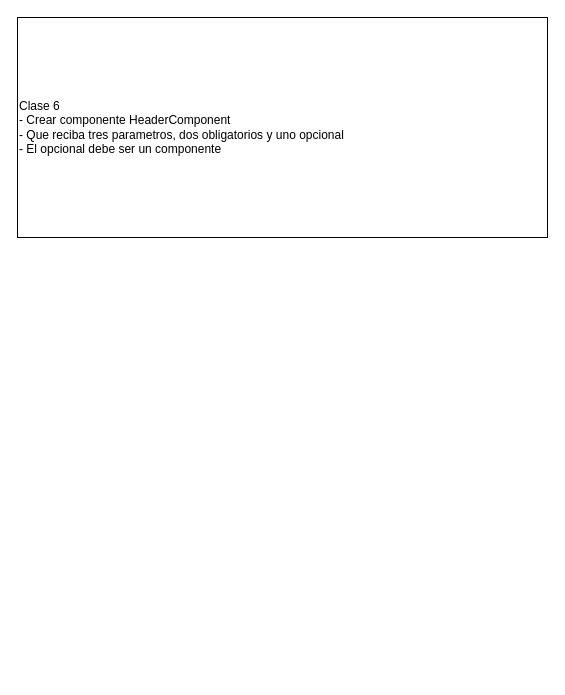
This is architecture/architecture.drawio from DanielOrtiz179499/armoniaspa, a draw.io file, before an edit. Source tidied: cells renumbered, new cells numbered last; positions are measured from the earlier drawing's top-left corner, leaving out a move shared by most shapes. Both pictures are drawn from the tidied source at 100%, with x=0, y=0 at pixel (17, 17).
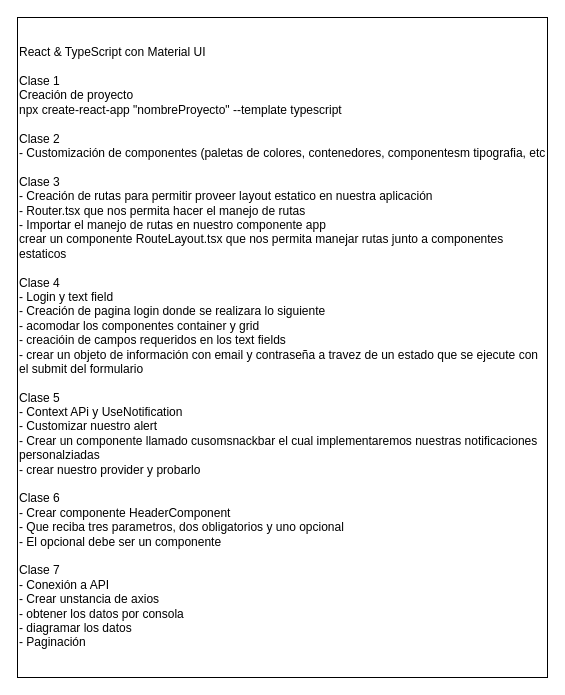
Above is the later version.

Change to the diagram source:
```diff
@@
 <mxGraphModel>
   <root>
     <mxCell id="0" />
     <mxCell id="1" parent="0" />
-    <mxCell id="2" value="Clase 6&lt;br&gt;- Crear componente HeaderComponent&lt;br&gt;- Que reciba tres parametros, dos obligatorios y uno opcional&lt;br&gt;- El opcional debe ser un componente" style="rounded=0;whiteSpace=wrap;html=1;align=left;" parent="1" vertex="1">
-      <mxGeometry width="530" height="220" as="geometry" />
+    <mxCell id="2" value="React &amp;amp; TypeScript con Material UI&lt;br&gt;&lt;br&gt;Clase 1&lt;br&gt;Creación de proyecto&lt;br&gt;npx create-react-app &quot;nombreProyecto&quot; --template typescript&lt;br&gt;&lt;br&gt;Clase 2&lt;br&gt;- Customización de componentes (paletas de colores, contenedores, componentesm tipografia, etc&lt;br&gt;&lt;br&gt;Clase 3&lt;br&gt;- Creación de rutas para permitir proveer layout estatico en nuestra aplicación&lt;br&gt;- Router.tsx que nos permita hacer el manejo de rutas&lt;br&gt;- Importar el manejo de rutas en nuestro componente app&lt;br&gt;crear un componente RouteLayout.tsx que nos permita manejar rutas junto a componentes estaticos&lt;br&gt;&lt;br&gt;Clase 4&lt;br&gt;- Login y text field&lt;br&gt;- Creación de pagina login donde se realizara lo siguiente&lt;br&gt;- acomodar los componentes container y grid&lt;br&gt;- creacióin de campos requeridos en los text fields&lt;br&gt;- crear un objeto de información con email y contraseña a travez de un estado que se ejecute con el submit del formulario&lt;br&gt;&lt;br&gt;Clase 5&lt;br&gt;- Context APi y UseNotification&lt;br&gt;- Customizar nuestro alert&lt;br&gt;- Crear un componente llamado cusomsnackbar el cual implementaremos nuestras notificaciones personalziadas&lt;br&gt;- crear nuestro provider y probarlo&lt;br&gt;&lt;br&gt;Clase 6&lt;br&gt;- Crear componente HeaderComponent&lt;br&gt;- Que reciba tres parametros, dos obligatorios y uno opcional&lt;br&gt;- El opcional debe ser un componente&lt;br&gt;&lt;br&gt;Clase 7&lt;br&gt;- Conexión a API&lt;br&gt;- Crear unstancia de axios&lt;br&gt;- obtener los datos por consola&lt;br&gt;- diagramar los datos&lt;br&gt;- Paginación" style="rounded=0;whiteSpace=wrap;html=1;align=left;" parent="1" vertex="1">
+      <mxGeometry width="530" height="660" as="geometry" />
     </mxCell>
   </root>
 </mxGraphModel>
```
